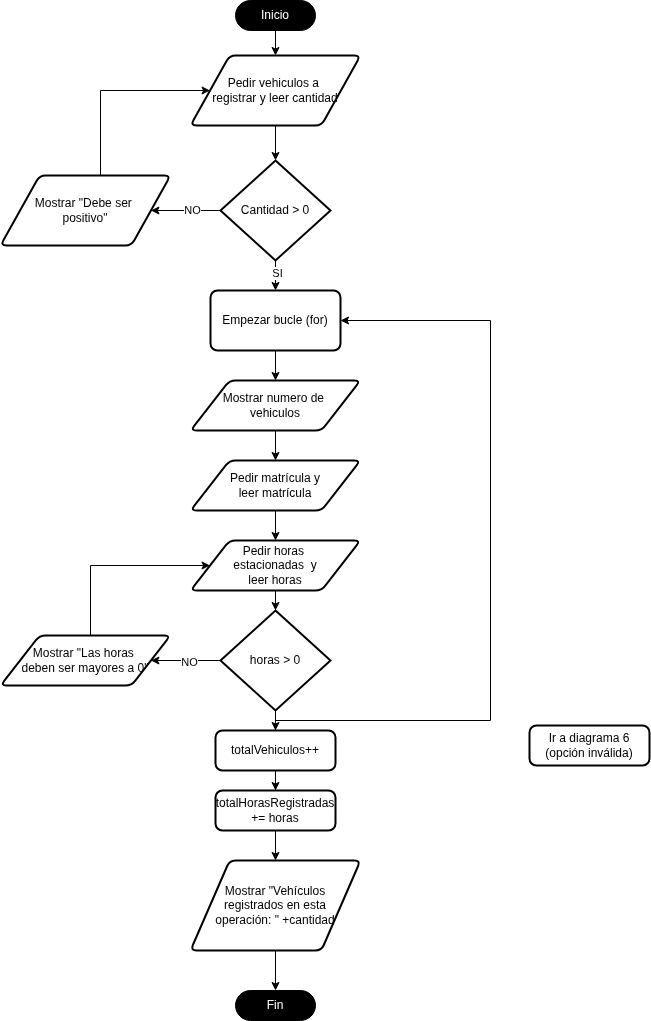
Earlier version of the draw.io export diagramas/diagrama3.drawio.png (RhazarDev/parking-dam). Source tidied: cells renumbered, new cells last; positions are measured from the earlier drawing's top-left corner, leaving out a move shared by most shapes.
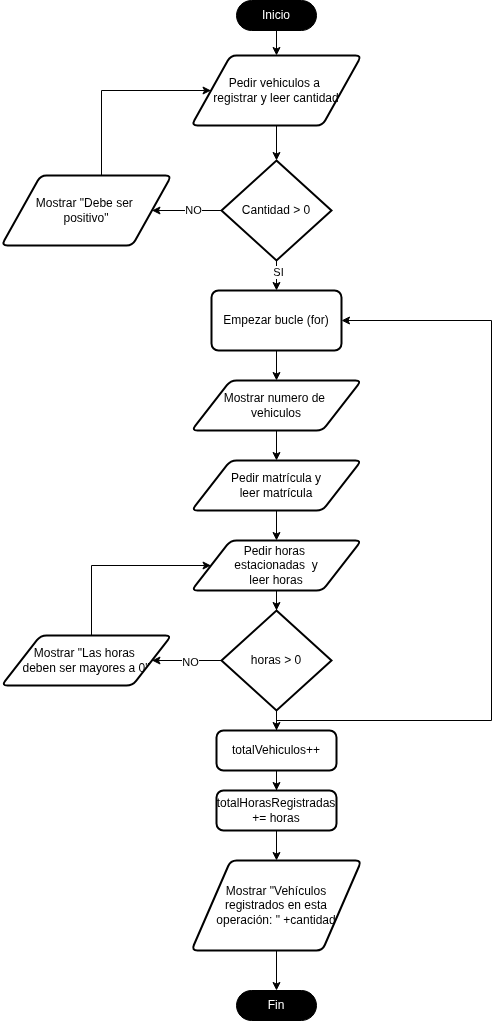
Later version of the same file.

Commit message:
diagrama 4 terminado

Change to the diagram source:
```diff
@@ -63,9 +63,6 @@
     <mxCell id="18" value="totalHorasRegistradas += horas" style="rounded=1;whiteSpace=wrap;html=1;absoluteArcSize=1;arcSize=14;strokeWidth=2;" parent="1" vertex="1">
       <mxGeometry x="215" y="790" width="120" height="40" as="geometry" />
     </mxCell>
-    <mxCell id="19" value="Ir a diagrama 6 (opción inválida)" style="rounded=1;whiteSpace=wrap;html=1;absoluteArcSize=1;arcSize=14;strokeWidth=2;" parent="1" vertex="1">
-      <mxGeometry x="529" y="725" width="120" height="40" as="geometry" />
-    </mxCell>
     <mxCell id="20" style="edgeStyle=orthogonalEdgeStyle;rounded=0;jettySize=auto;html=1;entryX=1;entryY=0.5;entryDx=0;entryDy=0;" parent="1" edge="1" source="24" target="14">
       <mxGeometry relative="1" as="geometry" />
     </mxCell>
```
